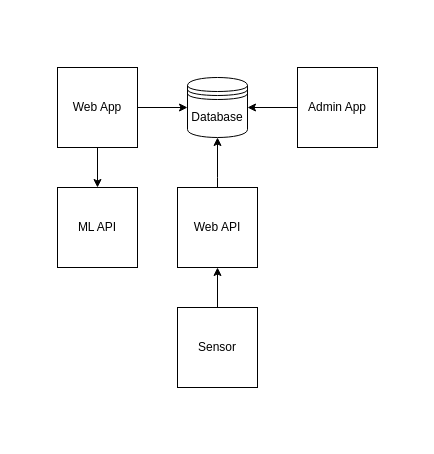
Before: diagrams/system_diagram.drawio in pgenergy/docs, a draw.io diagram. Source tidied: cells renumbered, new cells numbered last; positions are measured from the earlier drawing's top-left corner, leaving out a move shared by most shapes. Both pictures are drawn from the tidied source at 100%, with x=0, y=0 at pixel (17, 27).
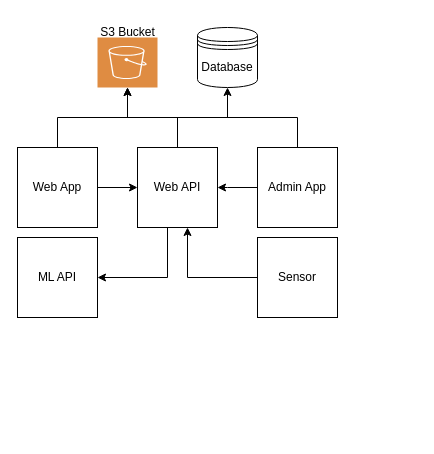
After the change.

Commit message (it also covers changes not shown here):
Update architecture page

The edit, as a diff of the source:
```diff
@@
     <mxCell id="2" style="rounded=0;whiteSpace=wrap;html=1;strokeColor=none;" parent="1" vertex="1">
-      <mxGeometry width="400" height="410" as="geometry" />
+      <mxGeometry width="320" height="290" as="geometry" />
     </mxCell>
     <mxCell id="3" value="Database" style="shape=datastore;whiteSpace=wrap;html=1;" parent="1" vertex="1">
-      <mxGeometry x="170" y="50" width="60" height="60" as="geometry" />
+      <mxGeometry x="180" width="60" height="60" as="geometry" />
     </mxCell>
     <mxCell id="4" style="edgeStyle=orthogonalEdgeStyle;rounded=0;jettySize=auto;html=1;" parent="1" edge="1" source="6" target="3">
-      <mxGeometry relative="1" as="geometry" />
+      <mxGeometry relative="1" as="geometry">
+        <Array as="points">
+          <mxPoint x="40" y="90" />
+          <mxPoint x="210" y="90" />
+        </Array>
+      </mxGeometry>
     </mxCell>
-    <mxCell id="5" style="edgeStyle=orthogonalEdgeStyle;rounded=0;jettySize=auto;html=1;" parent="1" edge="1" source="6" target="11">
-      <mxGeometry relative="1" as="geometry" />
+    <mxCell id="5" style="edgeStyle=orthogonalEdgeStyle;rounded=0;jettySize=auto;html=1;" parent="1" edge="1" source="10" target="11">
+      <mxGeometry relative="1" as="geometry">
+        <Array as="points">
+          <mxPoint x="150" y="250" />
+        </Array>
+      </mxGeometry>
     </mxCell>
     <mxCell id="6" value="Web App" style="whiteSpace=wrap;html=1;" parent="1" vertex="1">
-      <mxGeometry x="40" y="40" width="80" height="80" as="geometry" />
+      <mxGeometry y="120" width="80" height="80" as="geometry" />
     </mxCell>
-    <mxCell id="7" style="edgeStyle=orthogonalEdgeStyle;rounded=0;jettySize=auto;html=1;" parent="1" edge="1" source="8" target="3">
-      <mxGeometry relative="1" as="geometry" />
+    <mxCell id="7" style="edgeStyle=orthogonalEdgeStyle;rounded=0;jettySize=auto;html=1;" parent="1" edge="1" source="8" target="15">
+      <mxGeometry relative="1" as="geometry">
+        <Array as="points">
+          <mxPoint x="280" y="90" />
+          <mxPoint x="110" y="90" />
+        </Array>
+      </mxGeometry>
     </mxCell>
     <mxCell id="8" value="Admin App" style="whiteSpace=wrap;html=1;" parent="1" vertex="1">
-      <mxGeometry x="280" y="40" width="80" height="80" as="geometry" />
+      <mxGeometry x="240" y="120" width="80" height="80" as="geometry" />
     </mxCell>
-    <mxCell id="9" style="edgeStyle=orthogonalEdgeStyle;rounded=0;jettySize=auto;html=1;" parent="1" edge="1" source="10" target="3">
-      <mxGeometry relative="1" as="geometry">
-        <Array as="points">
-          <mxPoint x="200" y="150" />
-          <mxPoint x="200" y="150" />
-        </Array>
-      </mxGeometry>
-    </mxCell>
     <mxCell id="10" value="Web API" style="rounded=0;whiteSpace=wrap;html=1;" parent="1" vertex="1">
-      <mxGeometry x="160" y="160" width="80" height="80" as="geometry" />
+      <mxGeometry x="120" y="120" width="80" height="80" as="geometry" />
     </mxCell>
     <mxCell id="11" value="ML API" style="rounded=0;whiteSpace=wrap;html=1;" parent="1" vertex="1">
-      <mxGeometry x="40" y="160" width="80" height="80" as="geometry" />
+      <mxGeometry y="210" width="80" height="80" as="geometry" />
     </mxCell>
     <mxCell id="12" style="edgeStyle=orthogonalEdgeStyle;rounded=0;jettySize=auto;html=1;" parent="1" edge="1" source="13" target="10">
-      <mxGeometry relative="1" as="geometry" />
+      <mxGeometry relative="1" as="geometry">
+        <Array as="points">
+          <mxPoint x="170" y="250" />
+        </Array>
+      </mxGeometry>
     </mxCell>
     <mxCell id="13" value="Sensor" style="rounded=0;whiteSpace=wrap;html=1;" parent="1" vertex="1">
-      <mxGeometry x="160" y="280" width="80" height="80" as="geometry" />
+      <mxGeometry x="240" y="210" width="80" height="80" as="geometry" />
     </mxCell>
+    <mxCell id="14" style="edgeStyle=orthogonalEdgeStyle;rounded=0;jettySize=auto;html=1;" parent="1" edge="1" source="8" target="10">
+      <mxGeometry relative="1" as="geometry">
+        <Array as="points">
+          <mxPoint x="210" y="160" />
+          <mxPoint x="210" y="160" />
+        </Array>
+      </mxGeometry>
+    </mxCell>
+    <mxCell id="15" style="sketch=0;shadow=0;dashed=0;html=1;strokeColor=none;fillColor=#DF8C42;labelPosition=center;verticalLabelPosition=bottom;verticalAlign=top;align=center;outlineConnect=0;shape=mxgraph.veeam2.aws_s3;" parent="1" vertex="1">
+      <mxGeometry x="80" y="10" width="60" height="50" as="geometry" />
+    </mxCell>
+    <mxCell id="16" style="edgeStyle=orthogonalEdgeStyle;rounded=0;jettySize=auto;html=1;" parent="1" edge="1" source="6" target="10">
+      <mxGeometry relative="1" as="geometry" />
+    </mxCell>
+    <mxCell id="17" style="edgeStyle=orthogonalEdgeStyle;rounded=0;jettySize=auto;html=1;" parent="1" edge="1" source="10" target="15">
+      <mxGeometry relative="1" as="geometry">
+        <Array as="points">
+          <mxPoint x="160" y="90" />
+          <mxPoint x="110" y="90" />
+        </Array>
+      </mxGeometry>
+    </mxCell>
+    <mxCell id="18" value="S3 Bucket" style="text;html=1;align=center;verticalAlign=middle;strokeColor=none;fillColor=none;" parent="1" vertex="1">
+      <mxGeometry x="70" y="-10" width="80" height="30" as="geometry" />
+    </mxCell>
```
